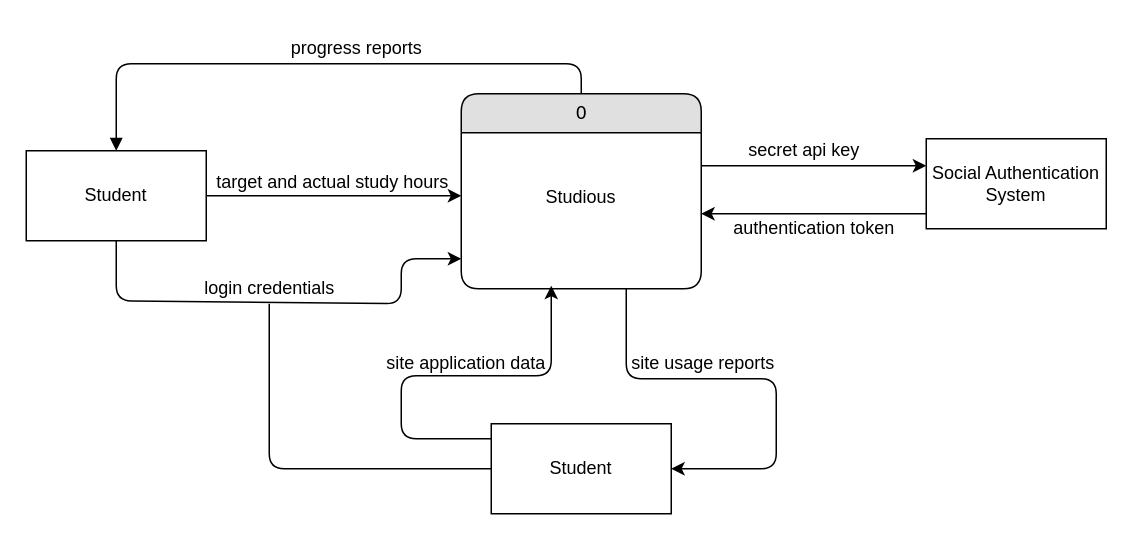
v2-kaj/lecture1 keeps this draw.io diagram as context diagram 1.drawio. Above is the earlier version. Source tidied: cells renumbered, new cells numbered last; positions are measured from the earlier drawing's top-left corner, leaving out a move shared by most shapes. Both pictures are drawn from the tidied source at 150%, with x=0, y=0 at pixel (26, 26).
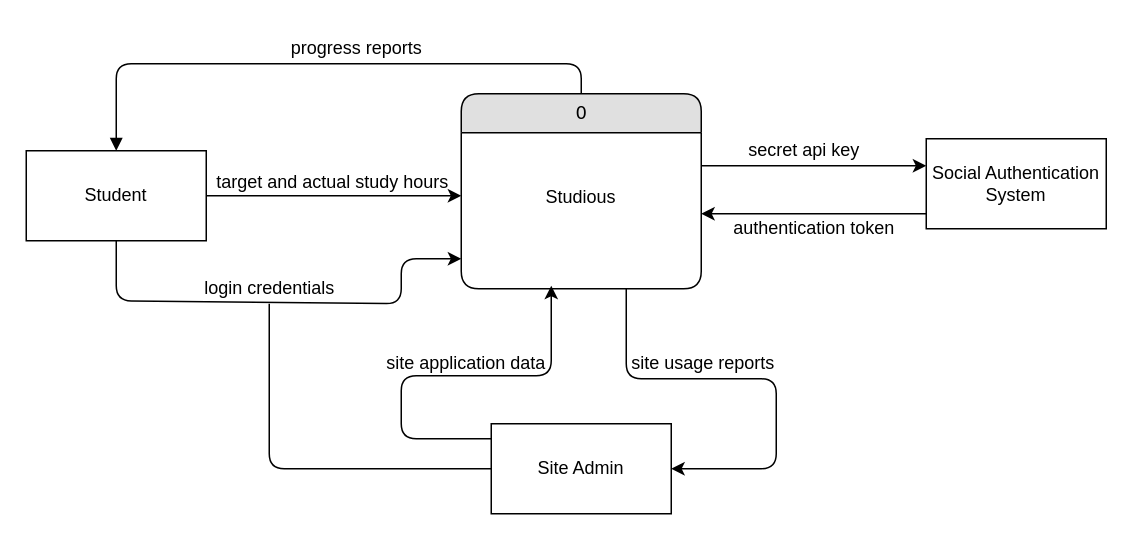
Above is the later version.

What changed in the source:
```diff
@@
-    <mxCell id="12" value="Student" style="rounded=0;whiteSpace=wrap;html=1;" parent="1" vertex="1">
+    <mxCell id="12" value="Site Admin" style="rounded=0;whiteSpace=wrap;html=1;" parent="1" vertex="1">
       <mxGeometry x="310" y="265" width="120" height="60" as="geometry" />
     </mxCell>
```
